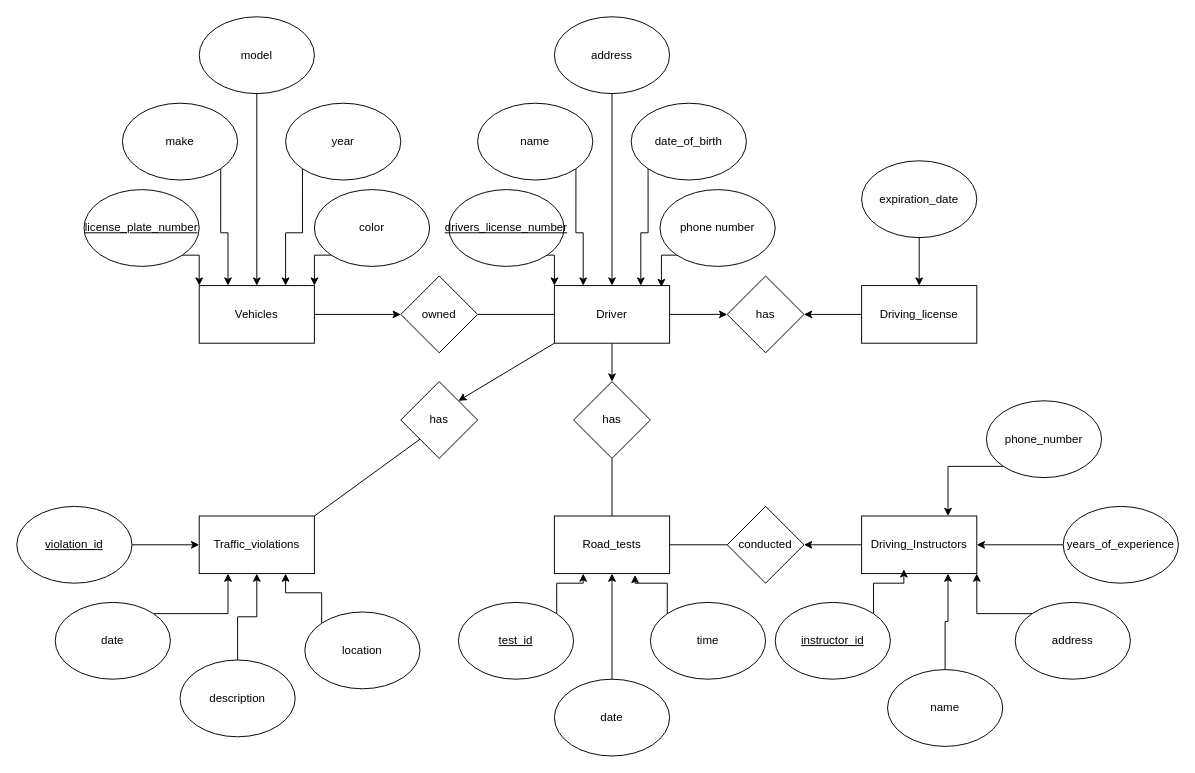
Above: page "Assignment 1" (4 of 4) of Untitled Diagram.drawio in StianVR/DAT220 (draw.io), before the change. Source tidied: cells renumbered, new cells numbered last; positions are measured from the earlier drawing's top-left corner, leaving out a move shared by most shapes. Both pictures are drawn from the tidied source at 96%, with x=0, y=0 at pixel (16, 16).
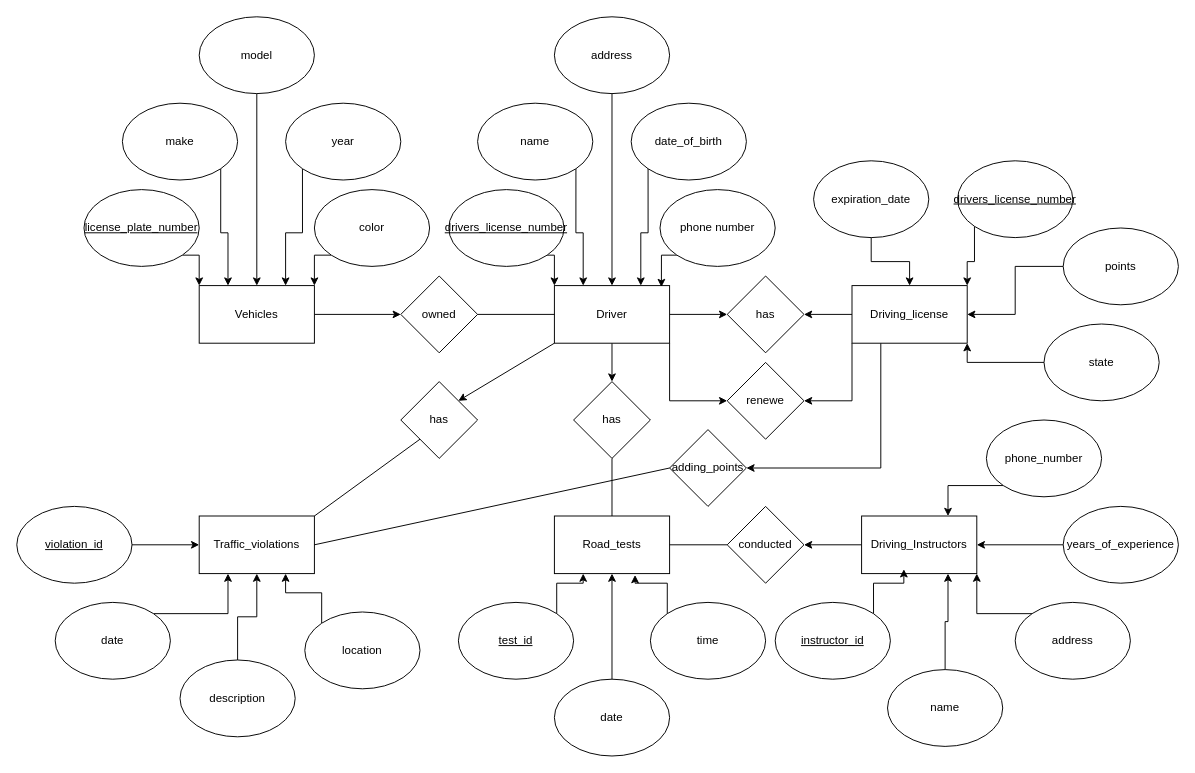
The same page after the edit.

Unchanged cells that the change refers to:
```xml
<mxCell id="6" value="Driver" style="rounded=0;whiteSpace=wrap;html=1;" parent="1" vertex="1">
  <mxGeometry x="560" y="280" width="120" height="60" as="geometry" />
</mxCell>
<mxCell id="34" value="Traffic_violations" style="rounded=0;whiteSpace=wrap;html=1;" parent="1" vertex="1">
  <mxGeometry x="190" y="520" width="120" height="60" as="geometry" />
</mxCell>
```

Diff of the diagram source:
```diff
@@
+    <mxCell id="69" style="edgeStyle=orthogonalEdgeStyle;rounded=0;jettySize=auto;html=1;exitX=1;exitY=1;exitDx=0;exitDy=0;entryX=0;entryY=0.5;entryDx=0;entryDy=0;" parent="1" edge="1" source="6" target="74">
+      <mxGeometry relative="1" as="geometry" />
+    </mxCell>
@@
+    <mxCell id="70" style="edgeStyle=orthogonalEdgeStyle;rounded=0;jettySize=auto;html=1;exitX=0;exitY=1;exitDx=0;exitDy=0;entryX=1;entryY=0.5;entryDx=0;entryDy=0;" parent="1" edge="1" source="8" target="74">
+      <mxGeometry relative="1" as="geometry" />
+    </mxCell>
+    <mxCell id="71" style="edgeStyle=orthogonalEdgeStyle;rounded=0;jettySize=auto;html=1;exitX=0.25;exitY=1;exitDx=0;exitDy=0;entryX=1;entryY=0.5;entryDx=0;entryDy=0;" parent="1" edge="1" source="8" target="77">
+      <mxGeometry relative="1" as="geometry" />
+    </mxCell>
     <mxCell id="8" value="Driving_license" style="rounded=0;whiteSpace=wrap;html=1;" parent="1" vertex="1">
-      <mxGeometry x="880" y="280" width="120" height="60" as="geometry" />
+      <mxGeometry x="870" y="280" width="120" height="60" as="geometry" />
     </mxCell>
@@
     <mxCell id="30" value="expiration_date" style="ellipse;whiteSpace=wrap;html=1;" parent="1" vertex="1">
-      <mxGeometry x="880" y="150" width="120" height="80" as="geometry" />
+      <mxGeometry x="830" y="150" width="120" height="80" as="geometry" />
     </mxCell>
@@
     <mxCell id="58" value="phone_number" style="ellipse;whiteSpace=wrap;html=1;" parent="1" vertex="1">
-      <mxGeometry x="1010" y="400" width="120" height="80" as="geometry" />
+      <mxGeometry x="1010" y="420" width="120" height="80" as="geometry" />
     </mxCell>
@@
+    <mxCell id="72" style="edgeStyle=orthogonalEdgeStyle;rounded=0;jettySize=auto;html=1;exitX=0;exitY=1;exitDx=0;exitDy=0;entryX=1;entryY=0;entryDx=0;entryDy=0;" parent="1" edge="1" source="73" target="8">
+      <mxGeometry relative="1" as="geometry" />
+    </mxCell>
+    <mxCell id="73" value="&lt;u&gt;drivers_license_number&lt;/u&gt;" style="ellipse;whiteSpace=wrap;html=1;" parent="1" vertex="1">
+      <mxGeometry x="980" y="150" width="120" height="80" as="geometry" />
+    </mxCell>
+    <mxCell id="74" value="renewe" style="rhombus;whiteSpace=wrap;html=1;" parent="1" vertex="1">
+      <mxGeometry x="740" y="360" width="80" height="80" as="geometry" />
+    </mxCell>
+    <mxCell id="75" style="edgeStyle=orthogonalEdgeStyle;rounded=0;jettySize=auto;html=1;exitX=0;exitY=0.5;exitDx=0;exitDy=0;entryX=1;entryY=0.5;entryDx=0;entryDy=0;" parent="1" edge="1" source="76" target="8">
+      <mxGeometry relative="1" as="geometry" />
+    </mxCell>
+    <mxCell id="76" value="points" style="ellipse;whiteSpace=wrap;html=1;" parent="1" vertex="1">
+      <mxGeometry x="1090" y="220" width="120" height="80" as="geometry" />
+    </mxCell>
+    <mxCell id="77" value="adding_points" style="rhombus;whiteSpace=wrap;html=1;" parent="1" vertex="1">
+      <mxGeometry x="680" y="430" width="80" height="80" as="geometry" />
+    </mxCell>
+    <mxCell id="78" style="endArrow=none;html=1;rounded=0;exitX=1;exitY=0.5;exitDx=0;exitDy=0;entryX=0;entryY=0.5;entryDx=0;entryDy=0;" parent="1" edge="1" source="34" target="77">
+      <mxGeometry relative="1" as="geometry" />
+    </mxCell>
+    <mxCell id="79" style="edgeStyle=orthogonalEdgeStyle;rounded=0;jettySize=auto;html=1;exitX=0;exitY=0.5;exitDx=0;exitDy=0;entryX=1;entryY=1;entryDx=0;entryDy=0;" parent="1" edge="1" source="80" target="8">
+      <mxGeometry relative="1" as="geometry" />
+    </mxCell>
+    <mxCell id="80" value="state" style="ellipse;whiteSpace=wrap;html=1;" parent="1" vertex="1">
+      <mxGeometry x="1070" y="320" width="120" height="80" as="geometry" />
+    </mxCell>
```
